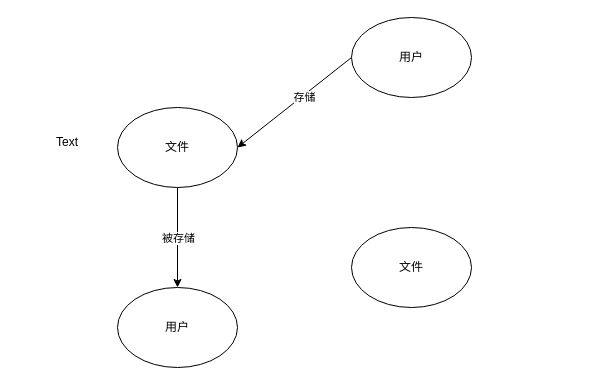
The draw.io diagram 图数据库-图构造.drawio in hengxingtx/draw_pic, before the edit. Source tidied: cells renumbered, new cells numbered last; positions are measured from the earlier drawing's top-left corner, leaving out a move shared by most shapes. Both pictures are drawn from the tidied source at 100%, with x=0, y=0 at pixel (37, 17).
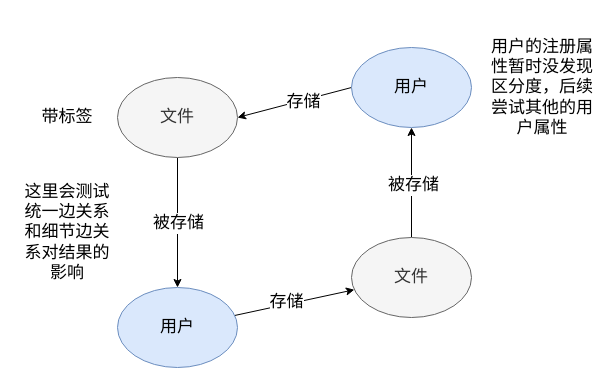
The same diagram, later.

Commit message:
更新图数据库-图构造.drawio

Change to the diagram source:
```diff
@@
 <mxGraphModel>
   <root>
     <mxCell id="0" />
     <mxCell id="1" parent="0" />
-    <mxCell id="2" style="rounded=0;jettySize=auto;html=1;entryX=0.5;entryY=0;entryDx=0;entryDy=0;" parent="1" edge="1" source="4" target="9">
+    <mxCell id="2" style="rounded=0;jettySize=auto;html=1;entryX=0.5;entryY=0;entryDx=0;entryDy=0;fontSize=17;" parent="1" edge="1" source="4" target="9">
       <mxGeometry relative="1" as="geometry" />
     </mxCell>
-    <mxCell id="3" value="被存储" style="edgeLabel;html=1;align=center;verticalAlign=middle;" parent="2" vertex="1">
+    <mxCell id="3" value="被存储" style="edgeLabel;html=1;align=center;verticalAlign=middle;fontSize=17;" parent="2" vertex="1">
       <mxGeometry relative="1" as="geometry" />
     </mxCell>
-    <mxCell id="4" value="文件" style="ellipse;whiteSpace=wrap;html=1;" parent="1" vertex="1">
-      <mxGeometry x="80" y="90" width="120" height="80" as="geometry" />
+    <mxCell id="4" value="文件" style="ellipse;whiteSpace=wrap;html=1;fontSize=17;fillColor=#f5f5f5;fontColor=#333333;strokeColor=#666666;" parent="1" vertex="1">
+      <mxGeometry x="80" y="60" width="120" height="80" as="geometry" />
     </mxCell>
-    <mxCell id="5" style="rounded=0;jettySize=auto;html=1;entryX=1;entryY=0.5;entryDx=0;entryDy=0;exitX=0;exitY=0.5;exitDx=0;exitDy=0;" parent="1" edge="1" source="7" target="4">
+    <mxCell id="5" style="rounded=0;jettySize=auto;html=1;entryX=1;entryY=0.5;entryDx=0;entryDy=0;exitX=0;exitY=0.5;exitDx=0;exitDy=0;fontSize=17;" parent="1" edge="1" source="7" target="4">
       <mxGeometry relative="1" as="geometry" />
     </mxCell>
-    <mxCell id="6" value="存储" style="edgeLabel;html=1;align=center;verticalAlign=middle;" parent="5" vertex="1">
+    <mxCell id="6" value="存储" style="edgeLabel;html=1;align=center;verticalAlign=middle;fontSize=17;" parent="5" vertex="1">
       <mxGeometry x="-0.14" y="2" relative="1" as="geometry" />
     </mxCell>
-    <mxCell id="7" value="用户" style="ellipse;whiteSpace=wrap;html=1;" parent="1" vertex="1">
-      <mxGeometry x="314" width="120" height="80" as="geometry" />
+    <mxCell id="7" value="用户" style="ellipse;whiteSpace=wrap;html=1;fontSize=17;fillColor=#dae8fc;strokeColor=#6c8ebf;" parent="1" vertex="1">
+      <mxGeometry x="314" y="30" width="120" height="80" as="geometry" />
     </mxCell>
+    <mxCell id="11" style="edgeStyle=orthogonalEdgeStyle;rounded=0;jettySize=auto;html=1;fontSize=17;" parent="1" edge="1" source="8" target="7">
+      <mxGeometry relative="1" as="geometry" />
+    </mxCell>
+    <mxCell id="12" value="被存储" style="edgeLabel;html=1;align=center;verticalAlign=middle;fontSize=17;" parent="11" vertex="1">
+      <mxGeometry x="-0.03" y="-1" relative="1" as="geometry" />
+    </mxCell>
-    <mxCell id="8" value="文件" style="ellipse;whiteSpace=wrap;html=1;" parent="1" vertex="1">
-      <mxGeometry x="314" y="210" width="120" height="80" as="geometry" />
+    <mxCell id="8" value="文件" style="ellipse;whiteSpace=wrap;html=1;fontSize=17;fillColor=#f5f5f5;fontColor=#333333;strokeColor=#666666;" parent="1" vertex="1">
+      <mxGeometry x="314" y="220" width="120" height="80" as="geometry" />
     </mxCell>
+    <mxCell id="13" style="rounded=0;jettySize=auto;html=1;fontSize=17;" parent="1" edge="1" source="9" target="8">
+      <mxGeometry relative="1" as="geometry" />
+    </mxCell>
+    <mxCell id="14" value="存储" style="edgeLabel;html=1;align=center;verticalAlign=middle;fontSize=17;" parent="13" vertex="1">
+      <mxGeometry x="-0.13" y="2" relative="1" as="geometry" />
+    </mxCell>
-    <mxCell id="9" value="用户" style="ellipse;whiteSpace=wrap;html=1;" parent="1" vertex="1">
+    <mxCell id="9" value="用户" style="ellipse;whiteSpace=wrap;html=1;fontSize=17;fillColor=#dae8fc;strokeColor=#6c8ebf;" parent="1" vertex="1">
       <mxGeometry x="80" y="270" width="120" height="80" as="geometry" />
     </mxCell>
-    <mxCell id="10" value="Text" style="text;html=1;strokeColor=none;fillColor=none;align=center;verticalAlign=middle;whiteSpace=wrap;rounded=0;" parent="1" vertex="1">
-      <mxGeometry y="110" width="60" height="30" as="geometry" />
+    <mxCell id="10" value="带标签" style="text;html=1;strokeColor=none;fillColor=none;align=center;verticalAlign=middle;whiteSpace=wrap;rounded=0;fontSize=17;" parent="1" vertex="1">
+      <mxGeometry y="85" width="60" height="30" as="geometry" />
     </mxCell>
+    <mxCell id="15" value="这里会测试统一边关系和细节边关系对结果的影响" style="text;html=1;strokeColor=none;fillColor=none;align=center;verticalAlign=middle;whiteSpace=wrap;rounded=0;fontSize=17;" parent="1" vertex="1">
+      <mxGeometry x="-20" y="200" width="100" height="30" as="geometry" />
+    </mxCell>
+    <mxCell id="16" value="用户的注册属性暂时没发现区分度，后续尝试其他的用户属性" style="text;html=1;strokeColor=none;fillColor=none;align=center;verticalAlign=middle;whiteSpace=wrap;rounded=0;fontSize=17;" parent="1" vertex="1">
+      <mxGeometry x="450" y="40" width="110" height="60" as="geometry" />
+    </mxCell>
   </root>
 </mxGraphModel>
```
